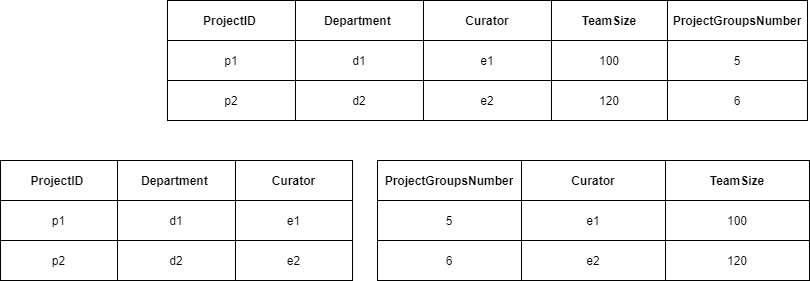
This is lab5/task5.drawio.png from dari-kayoo/Database, a draw.io export, as it was before one commit. Source tidied: cells renumbered, new cells last; positions are measured from the earlier drawing's top-left corner, leaving out a move shared by most shapes.
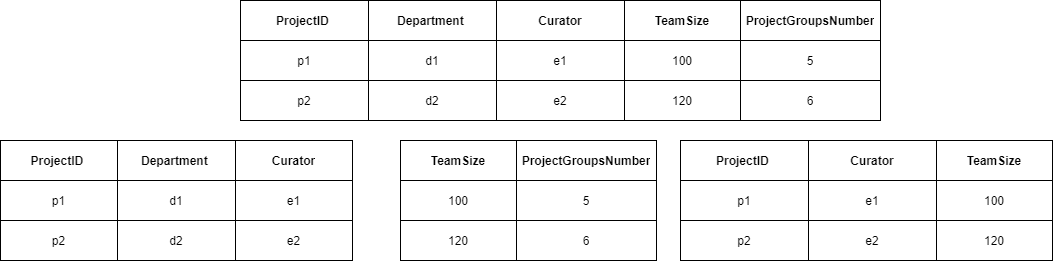
After the change.

The edit, as a diff of the source:
```diff
@@ -60,7 +60,7 @@
       <mxGeometry x="500" width="140" height="40" as="geometry" />
     </mxCell>
     <mxCell id="21" style="shape=table;html=1;whiteSpace=wrap;startSize=0;" parent="1" vertex="1">
-      <mxGeometry y="160" width="352" height="120" as="geometry" />
+      <mxGeometry x="-73" y="140" width="352" height="120" as="geometry" />
     </mxCell>
     <mxCell id="22" style="shape=partialRectangle;html=1;whiteSpace=wrap;fillColor=none;top=0;left=0;bottom=0;right=0;" parent="21" vertex="1">
       <mxGeometry width="352" height="40" as="geometry" />
@@ -98,44 +98,74 @@
     <mxCell id="33" value="e2" style="shape=partialRectangle;html=1;whiteSpace=wrap;fillColor=none;top=0;left=0;bottom=0;right=0;overflow=hidden;" parent="30" vertex="1">
       <mxGeometry x="235" width="117" height="40" as="geometry" />
     </mxCell>
-    <mxCell id="34" style="shape=table;html=1;whiteSpace=wrap;startSize=0;" parent="1" vertex="1">
-      <mxGeometry x="377" y="160" width="432" height="120" as="geometry" />
-    </mxCell>
-    <mxCell id="35" style="shape=partialRectangle;html=1;whiteSpace=wrap;fillColor=none;top=0;left=0;bottom=0;right=0;" parent="34" vertex="1">
-      <mxGeometry width="432" height="40" as="geometry" />
-    </mxCell>
+    <mxCell id="47" style="shape=table;html=1;whiteSpace=wrap;startSize=0;" parent="1" vertex="1">
+      <mxGeometry x="607" y="140" width="372" height="120" as="geometry" />
+    </mxCell>
+    <mxCell id="48" style="shape=partialRectangle;html=1;whiteSpace=wrap;fillColor=none;top=0;left=0;bottom=0;right=0;" parent="47" vertex="1">
+      <mxGeometry width="372" height="40" as="geometry" />
+    </mxCell>
+    <mxCell id="49" value="&lt;b&gt;ProjectID&amp;nbsp;&lt;/b&gt;" style="shape=partialRectangle;html=1;whiteSpace=wrap;fillColor=none;top=0;left=0;bottom=0;right=0;overflow=hidden;" parent="48" vertex="1">
+      <mxGeometry width="128" height="40" as="geometry" />
+    </mxCell>
+    <mxCell id="37" value="&lt;b&gt;Curator&lt;/b&gt;" style="shape=partialRectangle;html=1;whiteSpace=wrap;fillColor=none;top=0;left=0;bottom=0;right=0;overflow=hidden;flipH=0;flipV=0;" parent="48" vertex="1">
+      <mxGeometry x="128" width="128" height="40" as="geometry" />
+    </mxCell>
+    <mxCell id="50" value="&lt;b&gt;TeamSize&lt;/b&gt;" style="shape=partialRectangle;html=1;whiteSpace=wrap;fillColor=none;top=0;left=0;bottom=0;right=0;overflow=hidden;" parent="48" vertex="1">
+      <mxGeometry x="256" width="116" height="40" as="geometry" />
+    </mxCell>
+    <mxCell id="51" style="shape=partialRectangle;html=1;whiteSpace=wrap;fillColor=none;top=0;left=0;bottom=0;right=0;" parent="47" vertex="1">
+      <mxGeometry y="40" width="372" height="40" as="geometry" />
+    </mxCell>
+    <mxCell id="52" value="p1" style="shape=partialRectangle;html=1;whiteSpace=wrap;fillColor=none;top=0;left=0;bottom=0;right=0;overflow=hidden;" parent="51" vertex="1">
+      <mxGeometry width="128" height="40" as="geometry" />
+    </mxCell>
+    <mxCell id="41" value="e1" style="shape=partialRectangle;html=1;whiteSpace=wrap;fillColor=none;top=0;left=0;bottom=0;right=0;overflow=hidden;" parent="51" vertex="1">
+      <mxGeometry x="128" width="128" height="40" as="geometry" />
+    </mxCell>
+    <mxCell id="53" value="100" style="shape=partialRectangle;html=1;whiteSpace=wrap;fillColor=none;top=0;left=0;bottom=0;right=0;overflow=hidden;" parent="51" vertex="1">
+      <mxGeometry x="256" width="116" height="40" as="geometry" />
+    </mxCell>
+    <mxCell id="54" style="shape=partialRectangle;html=1;whiteSpace=wrap;fillColor=none;top=0;left=0;bottom=0;right=0;" parent="47" vertex="1">
+      <mxGeometry y="80" width="372" height="40" as="geometry" />
+    </mxCell>
+    <mxCell id="55" value="p2" style="shape=partialRectangle;html=1;whiteSpace=wrap;fillColor=none;top=0;left=0;bottom=0;right=0;overflow=hidden;" parent="54" vertex="1">
+      <mxGeometry width="128" height="40" as="geometry" />
+    </mxCell>
+    <mxCell id="45" value="e2" style="shape=partialRectangle;html=1;whiteSpace=wrap;fillColor=none;top=0;left=0;bottom=0;right=0;overflow=hidden;" parent="54" vertex="1">
+      <mxGeometry x="128" width="128" height="40" as="geometry" />
+    </mxCell>
+    <mxCell id="56" value="120" style="shape=partialRectangle;html=1;whiteSpace=wrap;fillColor=none;top=0;left=0;bottom=0;right=0;overflow=hidden;" parent="54" vertex="1">
+      <mxGeometry x="256" width="116" height="40" as="geometry" />
+    </mxCell>
+    <mxCell id="57" style="shape=table;html=1;whiteSpace=wrap;startSize=0;" parent="1" vertex="1">
+      <mxGeometry x="327" y="140" width="256" height="120" as="geometry" />
+    </mxCell>
+    <mxCell id="58" style="shape=partialRectangle;html=1;whiteSpace=wrap;fillColor=none;top=0;left=0;bottom=0;right=0;" parent="57" vertex="1">
+      <mxGeometry width="256" height="40" as="geometry" />
+    </mxCell>
+    <mxCell id="59" value="&lt;b&gt;TeamSize&lt;/b&gt;" style="shape=partialRectangle;html=1;whiteSpace=wrap;fillColor=none;top=0;left=0;bottom=0;right=0;overflow=hidden;" parent="58" vertex="1">
+      <mxGeometry width="116" height="40" as="geometry" />
+    </mxCell>
-    <mxCell id="36" value="&lt;b&gt;ProjectGroupsNumber&lt;/b&gt;" style="shape=partialRectangle;html=1;whiteSpace=wrap;fillColor=none;top=0;left=0;bottom=0;right=0;overflow=hidden;" parent="35" vertex="1">
-      <mxGeometry width="144" height="40" as="geometry" />
+    <mxCell id="36" value="&lt;b&gt;ProjectGroupsNumber&lt;/b&gt;" style="shape=partialRectangle;html=1;whiteSpace=wrap;fillColor=none;top=0;left=0;bottom=0;right=0;overflow=hidden;" parent="58" vertex="1">
+      <mxGeometry x="116" width="140" height="40" as="geometry" />
     </mxCell>
-    <mxCell id="37" value="&lt;b&gt;Curator&lt;/b&gt;" style="shape=partialRectangle;html=1;whiteSpace=wrap;fillColor=none;top=0;left=0;bottom=0;right=0;overflow=hidden;" parent="35" vertex="1">
-      <mxGeometry x="144" width="144" height="40" as="geometry" />
-    </mxCell>
-    <mxCell id="38" value="&lt;b&gt;TeamSize&lt;/b&gt;" style="shape=partialRectangle;html=1;whiteSpace=wrap;fillColor=none;top=0;left=0;bottom=0;right=0;overflow=hidden;" parent="35" vertex="1">
-      <mxGeometry x="288" width="144" height="40" as="geometry" />
-    </mxCell>
-    <mxCell id="39" style="shape=partialRectangle;html=1;whiteSpace=wrap;fillColor=none;top=0;left=0;bottom=0;right=0;" parent="34" vertex="1">
-      <mxGeometry y="40" width="432" height="40" as="geometry" />
-    </mxCell>
+    <mxCell id="60" style="shape=partialRectangle;html=1;whiteSpace=wrap;fillColor=none;top=0;left=0;bottom=0;right=0;" parent="57" vertex="1">
+      <mxGeometry y="40" width="256" height="40" as="geometry" />
+    </mxCell>
+    <mxCell id="61" value="100" style="shape=partialRectangle;html=1;whiteSpace=wrap;fillColor=none;top=0;left=0;bottom=0;right=0;overflow=hidden;" parent="60" vertex="1">
+      <mxGeometry width="116" height="40" as="geometry" />
+    </mxCell>
-    <mxCell id="40" value="5" style="shape=partialRectangle;html=1;whiteSpace=wrap;fillColor=none;top=0;left=0;bottom=0;right=0;overflow=hidden;" parent="39" vertex="1">
-      <mxGeometry width="144" height="40" as="geometry" />
+    <mxCell id="40" value="5" style="shape=partialRectangle;html=1;whiteSpace=wrap;fillColor=none;top=0;left=0;bottom=0;right=0;overflow=hidden;" parent="60" vertex="1">
+      <mxGeometry x="116" width="140" height="40" as="geometry" />
     </mxCell>
-    <mxCell id="41" value="&lt;span&gt;e1&lt;/span&gt;" style="shape=partialRectangle;html=1;whiteSpace=wrap;fillColor=none;top=0;left=0;bottom=0;right=0;overflow=hidden;" parent="39" vertex="1">
-      <mxGeometry x="144" width="144" height="40" as="geometry" />
-    </mxCell>
-    <mxCell id="42" value="&lt;span&gt;100&lt;/span&gt;" style="shape=partialRectangle;html=1;whiteSpace=wrap;fillColor=none;top=0;left=0;bottom=0;right=0;overflow=hidden;" parent="39" vertex="1">
-      <mxGeometry x="288" width="144" height="40" as="geometry" />
-    </mxCell>
-    <mxCell id="43" style="shape=partialRectangle;html=1;whiteSpace=wrap;fillColor=none;top=0;left=0;bottom=0;right=0;" parent="34" vertex="1">
-      <mxGeometry y="80" width="432" height="40" as="geometry" />
-    </mxCell>
+    <mxCell id="62" style="shape=partialRectangle;html=1;whiteSpace=wrap;fillColor=none;top=0;left=0;bottom=0;right=0;" parent="57" vertex="1">
+      <mxGeometry y="80" width="256" height="40" as="geometry" />
+    </mxCell>
+    <mxCell id="63" value="120" style="shape=partialRectangle;html=1;whiteSpace=wrap;fillColor=none;top=0;left=0;bottom=0;right=0;overflow=hidden;" parent="62" vertex="1">
+      <mxGeometry width="116" height="40" as="geometry" />
+    </mxCell>
-    <mxCell id="44" value="6" style="shape=partialRectangle;html=1;whiteSpace=wrap;fillColor=none;top=0;left=0;bottom=0;right=0;overflow=hidden;" parent="43" vertex="1">
-      <mxGeometry width="144" height="40" as="geometry" />
+    <mxCell id="44" value="6" style="shape=partialRectangle;html=1;whiteSpace=wrap;fillColor=none;top=0;left=0;bottom=0;right=0;overflow=hidden;" parent="62" vertex="1">
+      <mxGeometry x="116" width="140" height="40" as="geometry" />
     </mxCell>
-    <mxCell id="45" value="&lt;span&gt;e2&lt;/span&gt;" style="shape=partialRectangle;html=1;whiteSpace=wrap;fillColor=none;top=0;left=0;bottom=0;right=0;overflow=hidden;" parent="43" vertex="1">
-      <mxGeometry x="144" width="144" height="40" as="geometry" />
-    </mxCell>
-    <mxCell id="46" value="&lt;span&gt;120&lt;/span&gt;" style="shape=partialRectangle;html=1;whiteSpace=wrap;fillColor=none;top=0;left=0;bottom=0;right=0;overflow=hidden;" parent="43" vertex="1">
-      <mxGeometry x="288" width="144" height="40" as="geometry" />
-    </mxCell>
   </root>
 </mxGraphModel>
```
